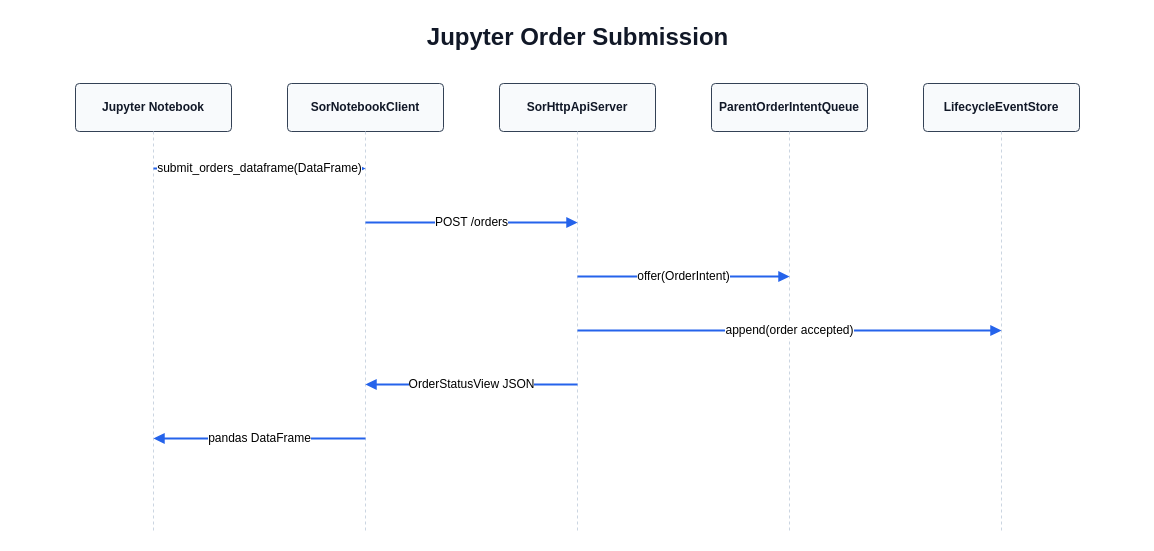
Before: page "Jupyter Order Submission" (4 of 8) of docs/architecture/diagrams/sequence_diagrams.drawio in rueishi/adaptive-quantum-sor, a draw.io diagram. Source tidied: cells renumbered, new cells numbered last; positions are measured from the earlier drawing's top-left corner, leaving out a move shared by most shapes. Both pictures are drawn from the tidied source at 100%, with x=0, y=0 at pixel (17, 17).
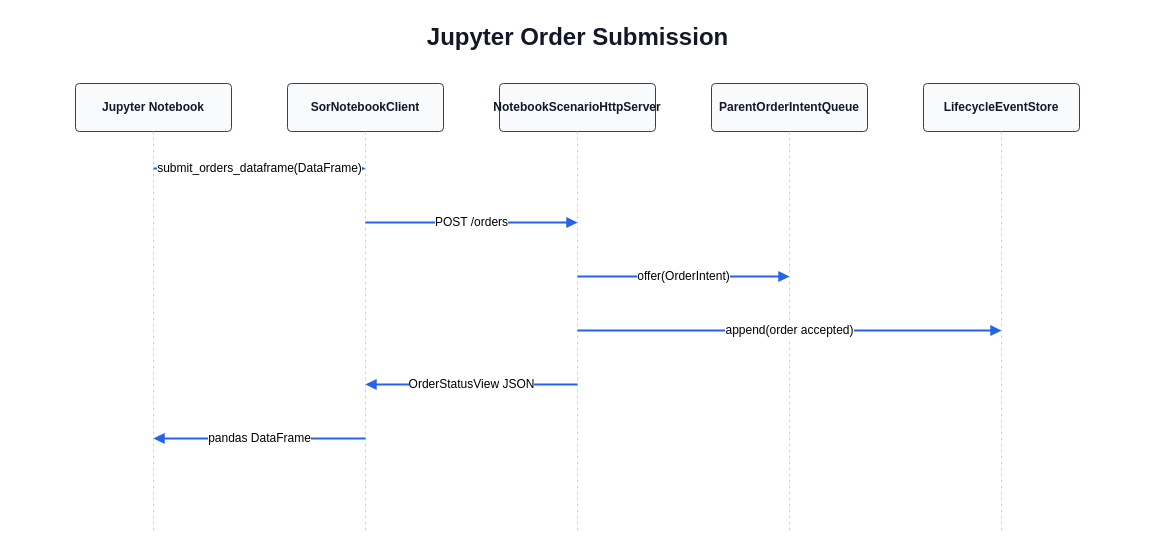
After the change.

Change to the diagram source:
```diff
@@
-    <mxCell id="7" value="SorHttpApiServer" style="rounded=1;whiteSpace=wrap;html=1;arcSize=8;fillColor=#f8fafc;strokeColor=#334155;fontSize=12;fontStyle=1;fontColor=#111827;" parent="1" vertex="1">
+    <mxCell id="7" value="NotebookScenarioHttpServer" style="rounded=1;whiteSpace=wrap;html=1;arcSize=8;fillColor=#f8fafc;strokeColor=#334155;fontSize=12;fontStyle=1;fontColor=#111827;" parent="1" vertex="1">
       <mxGeometry x="482" y="66" width="156" height="48" as="geometry" />
     </mxCell>
```
